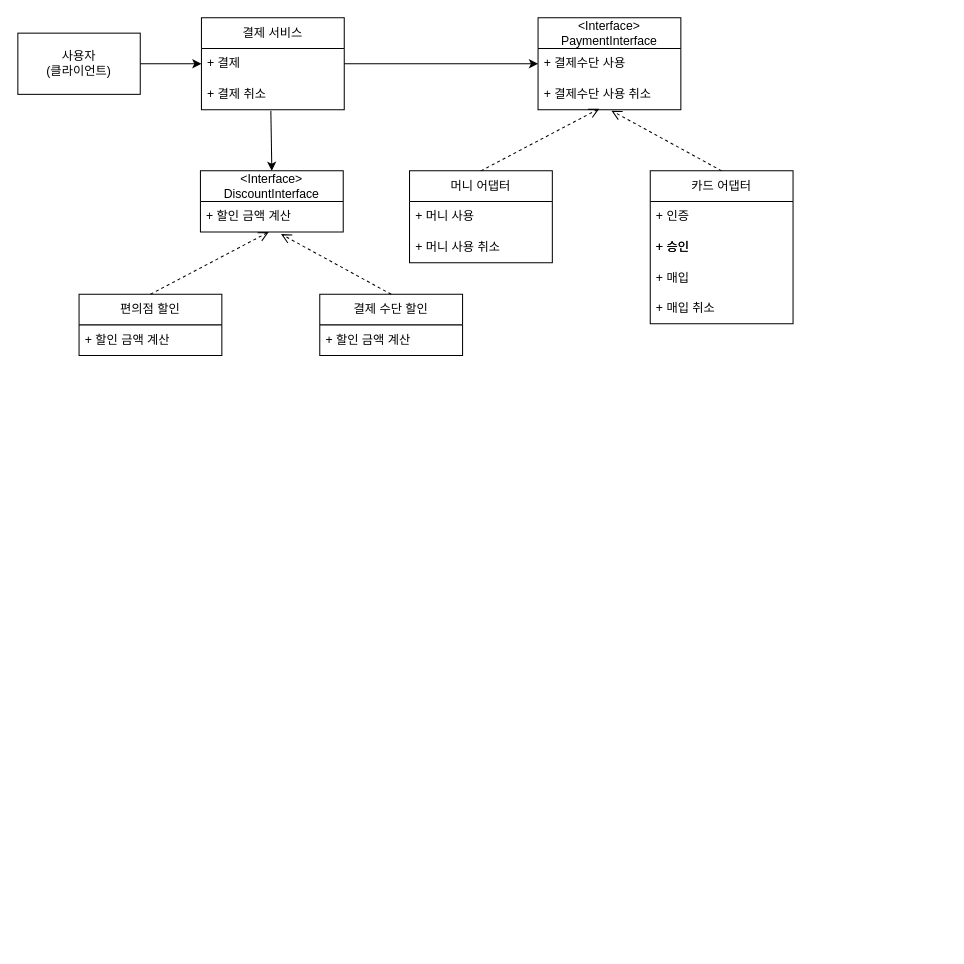
Before: Untitled Diagram.drawio in hjuuujh/cnn, a draw.io diagram. Source tidied: cells renumbered, new cells numbered last; positions are measured from the earlier drawing's top-left corner, leaving out a move shared by most shapes. Both pictures are drawn from the tidied source at 102%, with x=0, y=0 at pixel (17, 17).
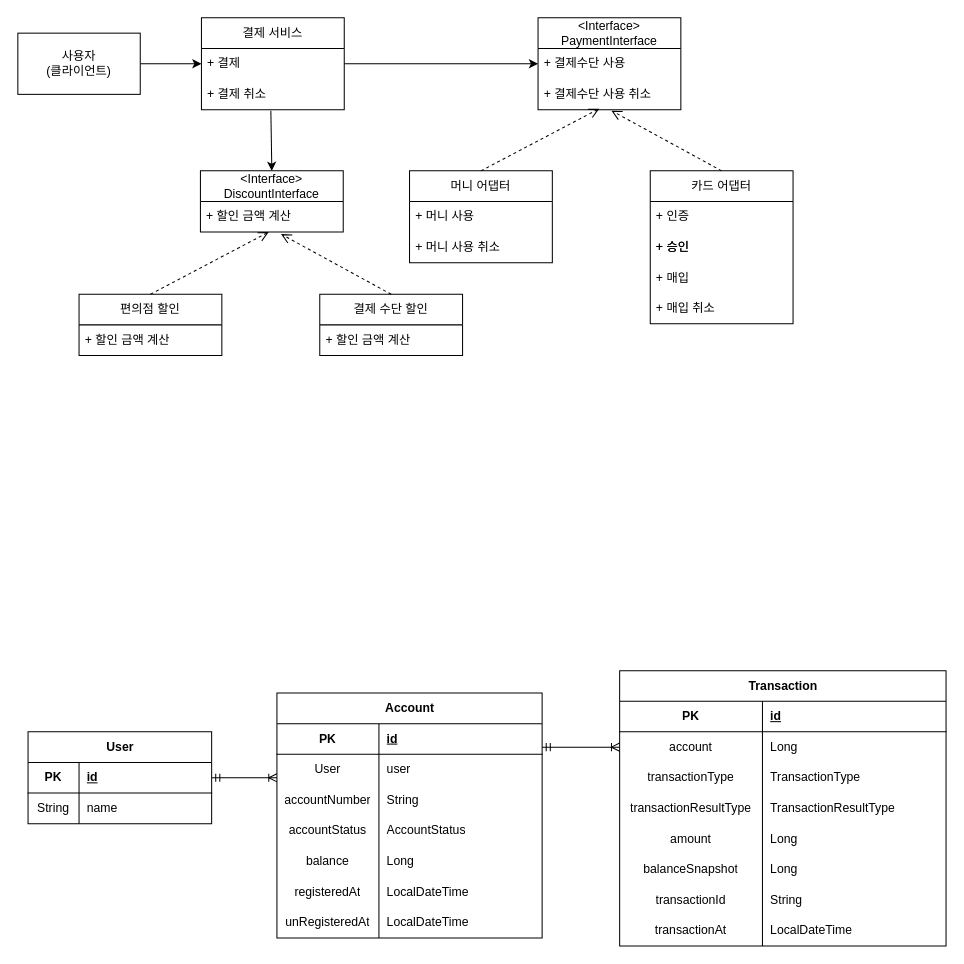
After the change.

The edit, as a diff of the source:
```diff
@@
+    <mxCell id="31" value="User" style="shape=table;startSize=30;childLayout=tableLayout;rowLines=0;fontStyle=1;align=center;html=1;" parent="1" vertex="1">
+      <mxGeometry x="10" y="700" width="180" height="90" as="geometry" />
+    </mxCell>
+    <mxCell id="32" style="shape=tableRow;horizontal=0;startSize=0;swimlaneHead=0;swimlaneBody=0;fillColor=none;points=[[0,0.5],[1,0.5]];portConstraint=eastwest;top=0;left=0;right=0;bottom=1;" parent="31" vertex="1">
+      <mxGeometry y="30" width="180" height="30" as="geometry" />
+    </mxCell>
+    <mxCell id="33" value="PK" style="shape=partialRectangle;fillColor=none;top=0;left=0;bottom=0;right=0;fontStyle=1;overflow=hidden;whiteSpace=wrap;html=1;" parent="32" vertex="1">
+      <mxGeometry width="50" height="30" as="geometry" />
+    </mxCell>
+    <mxCell id="34" value="id" style="shape=partialRectangle;fillColor=none;top=0;left=0;bottom=0;right=0;align=left;spacingLeft=6;fontStyle=5;overflow=hidden;whiteSpace=wrap;html=1;" parent="32" vertex="1">
+      <mxGeometry x="50" width="130" height="30" as="geometry" />
+    </mxCell>
+    <mxCell id="35" style="shape=tableRow;horizontal=0;startSize=0;swimlaneHead=0;swimlaneBody=0;fillColor=none;top=0;left=0;right=0;bottom=0;" parent="31" vertex="1">
+      <mxGeometry y="60" width="180" height="30" as="geometry" />
+    </mxCell>
+    <mxCell id="36" value="String" style="shape=partialRectangle;fillColor=none;top=0;left=0;bottom=0;right=0;overflow=hidden;whiteSpace=wrap;html=1;" parent="35" vertex="1">
+      <mxGeometry width="50" height="30" as="geometry" />
+    </mxCell>
+    <mxCell id="37" value="name" style="shape=partialRectangle;fillColor=none;top=0;left=0;bottom=0;right=0;align=left;spacingLeft=6;overflow=hidden;whiteSpace=wrap;html=1;" parent="35" vertex="1">
+      <mxGeometry x="50" width="130" height="30" as="geometry" />
+    </mxCell>
+    <mxCell id="38" value="Account" style="shape=table;startSize=30;childLayout=tableLayout;rowLines=0;fontStyle=1;align=center;html=1;" parent="1" vertex="1">
+      <mxGeometry x="254" y="662" width="260" height="240" as="geometry" />
+    </mxCell>
+    <mxCell id="39" style="shape=tableRow;horizontal=0;startSize=0;swimlaneHead=0;swimlaneBody=0;fillColor=none;points=[[0,0.5],[1,0.5]];portConstraint=eastwest;top=0;left=0;right=0;bottom=1;" parent="38" vertex="1">
+      <mxGeometry y="30" width="260" height="30" as="geometry" />
+    </mxCell>
+    <mxCell id="40" value="PK" style="shape=partialRectangle;fillColor=none;top=0;left=0;bottom=0;right=0;fontStyle=1;overflow=hidden;whiteSpace=wrap;html=1;" parent="39" vertex="1">
+      <mxGeometry width="100" height="30" as="geometry" />
+    </mxCell>
+    <mxCell id="41" value="id" style="shape=partialRectangle;fillColor=none;top=0;left=0;bottom=0;right=0;align=left;spacingLeft=6;fontStyle=5;overflow=hidden;whiteSpace=wrap;html=1;" parent="39" vertex="1">
+      <mxGeometry x="100" width="160" height="30" as="geometry" />
+    </mxCell>
+    <mxCell id="42" style="shape=tableRow;horizontal=0;startSize=0;swimlaneHead=0;swimlaneBody=0;fillColor=none;points=[[0,0.5],[1,0.5]];portConstraint=eastwest;top=0;left=0;right=0;bottom=0;" parent="38" vertex="1">
+      <mxGeometry y="60" width="260" height="30" as="geometry" />
+    </mxCell>
+    <mxCell id="43" value="User" style="shape=partialRectangle;fillColor=none;top=0;left=0;bottom=0;right=0;overflow=hidden;whiteSpace=wrap;html=1;" parent="42" vertex="1">
+      <mxGeometry width="100" height="30" as="geometry" />
+    </mxCell>
+    <mxCell id="44" value="user" style="shape=partialRectangle;fillColor=none;top=0;left=0;bottom=0;right=0;align=left;spacingLeft=6;overflow=hidden;whiteSpace=wrap;html=1;" parent="42" vertex="1">
+      <mxGeometry x="100" width="160" height="30" as="geometry" />
+    </mxCell>
+    <mxCell id="45" style="shape=tableRow;horizontal=0;startSize=0;swimlaneHead=0;swimlaneBody=0;fillColor=none;top=0;left=0;right=0;bottom=0;" parent="38" vertex="1">
+      <mxGeometry y="90" width="260" height="30" as="geometry" />
+    </mxCell>
+    <mxCell id="46" value="accountNumber" style="shape=partialRectangle;fillColor=none;top=0;left=0;bottom=0;right=0;overflow=hidden;whiteSpace=wrap;html=1;" parent="45" vertex="1">
+      <mxGeometry width="100" height="30" as="geometry" />
+    </mxCell>
+    <mxCell id="47" value="String" style="shape=partialRectangle;fillColor=none;top=0;left=0;bottom=0;right=0;align=left;spacingLeft=6;overflow=hidden;whiteSpace=wrap;html=1;" parent="45" vertex="1">
+      <mxGeometry x="100" width="160" height="30" as="geometry" />
+    </mxCell>
+    <mxCell id="48" style="shape=tableRow;horizontal=0;startSize=0;swimlaneHead=0;swimlaneBody=0;fillColor=none;top=0;left=0;right=0;bottom=0;" parent="38" vertex="1">
+      <mxGeometry y="120" width="260" height="30" as="geometry" />
+    </mxCell>
+    <mxCell id="49" value="accountStatus" style="shape=partialRectangle;fillColor=none;top=0;left=0;bottom=0;right=0;overflow=hidden;whiteSpace=wrap;html=1;" parent="48" vertex="1">
+      <mxGeometry width="100" height="30" as="geometry" />
+    </mxCell>
+    <mxCell id="50" value="AccountStatus" style="shape=partialRectangle;fillColor=none;top=0;left=0;bottom=0;right=0;align=left;spacingLeft=6;overflow=hidden;whiteSpace=wrap;html=1;" parent="48" vertex="1">
+      <mxGeometry x="100" width="160" height="30" as="geometry" />
+    </mxCell>
+    <mxCell id="51" style="shape=tableRow;horizontal=0;startSize=0;swimlaneHead=0;swimlaneBody=0;fillColor=none;top=0;left=0;right=0;bottom=0;" parent="38" vertex="1">
+      <mxGeometry y="150" width="260" height="30" as="geometry" />
+    </mxCell>
+    <mxCell id="52" value="balance" style="shape=partialRectangle;fillColor=none;top=0;left=0;bottom=0;right=0;overflow=hidden;whiteSpace=wrap;html=1;" parent="51" vertex="1">
+      <mxGeometry width="100" height="30" as="geometry" />
+    </mxCell>
+    <mxCell id="53" value="Long" style="shape=partialRectangle;fillColor=none;top=0;left=0;bottom=0;right=0;align=left;spacingLeft=6;overflow=hidden;whiteSpace=wrap;html=1;" parent="51" vertex="1">
+      <mxGeometry x="100" width="160" height="30" as="geometry" />
+    </mxCell>
+    <mxCell id="54" style="shape=tableRow;horizontal=0;startSize=0;swimlaneHead=0;swimlaneBody=0;fillColor=none;top=0;left=0;right=0;bottom=0;" parent="38" vertex="1">
+      <mxGeometry y="180" width="260" height="30" as="geometry" />
+    </mxCell>
+    <mxCell id="55" value="registeredAt" style="shape=partialRectangle;fillColor=none;top=0;left=0;bottom=0;right=0;overflow=hidden;whiteSpace=wrap;html=1;" parent="54" vertex="1">
+      <mxGeometry width="100" height="30" as="geometry" />
+    </mxCell>
+    <mxCell id="56" value="LocalDateTime" style="shape=partialRectangle;fillColor=none;top=0;left=0;bottom=0;right=0;align=left;spacingLeft=6;overflow=hidden;whiteSpace=wrap;html=1;" parent="54" vertex="1">
+      <mxGeometry x="100" width="160" height="30" as="geometry" />
+    </mxCell>
+    <mxCell id="57" style="shape=tableRow;horizontal=0;startSize=0;swimlaneHead=0;swimlaneBody=0;fillColor=none;top=0;left=0;right=0;bottom=0;" parent="38" vertex="1">
+      <mxGeometry y="210" width="260" height="30" as="geometry" />
+    </mxCell>
+    <mxCell id="58" value="unRegisteredAt" style="shape=partialRectangle;fillColor=none;top=0;left=0;bottom=0;right=0;overflow=hidden;whiteSpace=wrap;html=1;" parent="57" vertex="1">
+      <mxGeometry width="100" height="30" as="geometry" />
+    </mxCell>
+    <mxCell id="59" value="LocalDateTime" style="shape=partialRectangle;fillColor=none;top=0;left=0;bottom=0;right=0;align=left;spacingLeft=6;overflow=hidden;whiteSpace=wrap;html=1;" parent="57" vertex="1">
+      <mxGeometry x="100" width="160" height="30" as="geometry" />
+    </mxCell>
+    <mxCell id="60" value="Transaction" style="shape=table;startSize=30;childLayout=tableLayout;rowLines=0;fontStyle=1;align=center;html=1;" parent="1" vertex="1">
+      <mxGeometry x="590" y="640" width="320" height="270" as="geometry" />
+    </mxCell>
+    <mxCell id="61" style="shape=tableRow;horizontal=0;startSize=0;swimlaneHead=0;swimlaneBody=0;fillColor=none;top=0;left=0;right=0;bottom=1;" parent="60" vertex="1">
+      <mxGeometry y="30" width="320" height="30" as="geometry" />
+    </mxCell>
+    <mxCell id="62" value="PK" style="shape=partialRectangle;fillColor=none;top=0;left=0;bottom=0;right=0;fontStyle=1;overflow=hidden;whiteSpace=wrap;html=1;" parent="61" vertex="1">
+      <mxGeometry width="140" height="30" as="geometry" />
+    </mxCell>
+    <mxCell id="63" value="id" style="shape=partialRectangle;fillColor=none;top=0;left=0;bottom=0;right=0;align=left;spacingLeft=6;fontStyle=5;overflow=hidden;whiteSpace=wrap;html=1;" parent="61" vertex="1">
+      <mxGeometry x="140" width="180" height="30" as="geometry" />
+    </mxCell>
+    <mxCell id="64" style="shape=tableRow;horizontal=0;startSize=0;swimlaneHead=0;swimlaneBody=0;fillColor=none;points=[[0,0.5],[1,0.5]];portConstraint=eastwest;top=0;left=0;right=0;bottom=0;" parent="60" vertex="1">
+      <mxGeometry y="60" width="320" height="30" as="geometry" />
+    </mxCell>
+    <mxCell id="65" value="account" style="shape=partialRectangle;fillColor=none;top=0;left=0;bottom=0;right=0;overflow=hidden;whiteSpace=wrap;html=1;" parent="64" vertex="1">
+      <mxGeometry width="140" height="30" as="geometry" />
+    </mxCell>
+    <mxCell id="66" value="Long" style="shape=partialRectangle;fillColor=none;top=0;left=0;bottom=0;right=0;align=left;spacingLeft=6;overflow=hidden;whiteSpace=wrap;html=1;" parent="64" vertex="1">
+      <mxGeometry x="140" width="180" height="30" as="geometry" />
+    </mxCell>
+    <mxCell id="67" style="shape=tableRow;horizontal=0;startSize=0;swimlaneHead=0;swimlaneBody=0;fillColor=none;top=0;left=0;right=0;bottom=0;" parent="60" vertex="1">
+      <mxGeometry y="90" width="320" height="30" as="geometry" />
+    </mxCell>
+    <mxCell id="68" value="transactionType" style="shape=partialRectangle;fillColor=none;top=0;left=0;bottom=0;right=0;overflow=hidden;whiteSpace=wrap;html=1;" parent="67" vertex="1">
+      <mxGeometry width="140" height="30" as="geometry" />
+    </mxCell>
+    <mxCell id="69" value="&lt;span style=&quot;text-align: center;&quot;&gt;TransactionType&lt;/span&gt;" style="shape=partialRectangle;fillColor=none;top=0;left=0;bottom=0;right=0;align=left;spacingLeft=6;overflow=hidden;whiteSpace=wrap;html=1;" parent="67" vertex="1">
+      <mxGeometry x="140" width="180" height="30" as="geometry" />
+    </mxCell>
+    <mxCell id="70" style="shape=tableRow;horizontal=0;startSize=0;swimlaneHead=0;swimlaneBody=0;fillColor=none;top=0;left=0;right=0;bottom=0;" parent="60" vertex="1">
+      <mxGeometry y="120" width="320" height="30" as="geometry" />
+    </mxCell>
+    <mxCell id="71" value="transactionResultType" style="shape=partialRectangle;fillColor=none;top=0;left=0;bottom=0;right=0;overflow=hidden;whiteSpace=wrap;html=1;" parent="70" vertex="1">
+      <mxGeometry width="140" height="30" as="geometry" />
+    </mxCell>
+    <mxCell id="72" value="&lt;span style=&quot;text-align: center;&quot;&gt;TransactionResultType&lt;/span&gt;" style="shape=partialRectangle;fillColor=none;top=0;left=0;bottom=0;right=0;align=left;spacingLeft=6;overflow=hidden;whiteSpace=wrap;html=1;" parent="70" vertex="1">
+      <mxGeometry x="140" width="180" height="30" as="geometry" />
+    </mxCell>
+    <mxCell id="73" style="shape=tableRow;horizontal=0;startSize=0;swimlaneHead=0;swimlaneBody=0;fillColor=none;top=0;left=0;right=0;bottom=0;" parent="60" vertex="1">
+      <mxGeometry y="150" width="320" height="30" as="geometry" />
+    </mxCell>
+    <mxCell id="74" value="amount" style="shape=partialRectangle;fillColor=none;top=0;left=0;bottom=0;right=0;overflow=hidden;whiteSpace=wrap;html=1;" parent="73" vertex="1">
+      <mxGeometry width="140" height="30" as="geometry" />
+    </mxCell>
+    <mxCell id="75" value="Long" style="shape=partialRectangle;fillColor=none;top=0;left=0;bottom=0;right=0;align=left;spacingLeft=6;overflow=hidden;whiteSpace=wrap;html=1;" parent="73" vertex="1">
+      <mxGeometry x="140" width="180" height="30" as="geometry" />
+    </mxCell>
+    <mxCell id="76" style="shape=tableRow;horizontal=0;startSize=0;swimlaneHead=0;swimlaneBody=0;fillColor=none;top=0;left=0;right=0;bottom=0;" parent="60" vertex="1">
+      <mxGeometry y="180" width="320" height="30" as="geometry" />
+    </mxCell>
+    <mxCell id="77" value="balanceSnapshot" style="shape=partialRectangle;fillColor=none;top=0;left=0;bottom=0;right=0;overflow=hidden;whiteSpace=wrap;html=1;" parent="76" vertex="1">
+      <mxGeometry width="140" height="30" as="geometry" />
+    </mxCell>
+    <mxCell id="78" value="Long" style="shape=partialRectangle;fillColor=none;top=0;left=0;bottom=0;right=0;align=left;spacingLeft=6;overflow=hidden;whiteSpace=wrap;html=1;" parent="76" vertex="1">
+      <mxGeometry x="140" width="180" height="30" as="geometry" />
+    </mxCell>
+    <mxCell id="79" style="shape=tableRow;horizontal=0;startSize=0;swimlaneHead=0;swimlaneBody=0;fillColor=none;top=0;left=0;right=0;bottom=0;" parent="60" vertex="1">
+      <mxGeometry y="210" width="320" height="30" as="geometry" />
+    </mxCell>
+    <mxCell id="80" value="transactionId" style="shape=partialRectangle;fillColor=none;top=0;left=0;bottom=0;right=0;overflow=hidden;whiteSpace=wrap;html=1;" parent="79" vertex="1">
+      <mxGeometry width="140" height="30" as="geometry" />
+    </mxCell>
+    <mxCell id="81" value="String" style="shape=partialRectangle;fillColor=none;top=0;left=0;bottom=0;right=0;align=left;spacingLeft=6;overflow=hidden;whiteSpace=wrap;html=1;" parent="79" vertex="1">
+      <mxGeometry x="140" width="180" height="30" as="geometry" />
+    </mxCell>
+    <mxCell id="82" style="shape=tableRow;horizontal=0;startSize=0;swimlaneHead=0;swimlaneBody=0;fillColor=none;top=0;left=0;right=0;bottom=0;" parent="60" vertex="1">
+      <mxGeometry y="240" width="320" height="30" as="geometry" />
+    </mxCell>
+    <mxCell id="83" value="transactionAt" style="shape=partialRectangle;fillColor=none;top=0;left=0;bottom=0;right=0;overflow=hidden;whiteSpace=wrap;html=1;" parent="82" vertex="1">
+      <mxGeometry width="140" height="30" as="geometry" />
+    </mxCell>
+    <mxCell id="84" value="LocalDateTime" style="shape=partialRectangle;fillColor=none;top=0;left=0;bottom=0;right=0;align=left;spacingLeft=6;overflow=hidden;whiteSpace=wrap;html=1;" parent="82" vertex="1">
+      <mxGeometry x="140" width="180" height="30" as="geometry" />
+    </mxCell>
+    <mxCell id="85" style="edgeStyle=entityRelationEdgeStyle;fontSize=12;html=1;endArrow=ERoneToMany;startArrow=ERmandOne;rounded=0;entryX=0;entryY=0.5;entryDx=0;entryDy=0;exitX=1;exitY=0.767;exitDx=0;exitDy=0;exitPerimeter=0;" parent="1" edge="1" source="39" target="64">
+      <mxGeometry relative="1" as="geometry" />
+    </mxCell>
+    <mxCell id="86" style="edgeStyle=entityRelationEdgeStyle;fontSize=12;html=1;endArrow=ERoneToMany;startArrow=ERmandOne;rounded=0;entryX=0;entryY=0.767;entryDx=0;entryDy=0;exitX=1;exitY=0.5;exitDx=0;exitDy=0;entryPerimeter=0;" parent="1" edge="1" source="32" target="42">
+      <mxGeometry relative="1" as="geometry" />
+    </mxCell>
```
